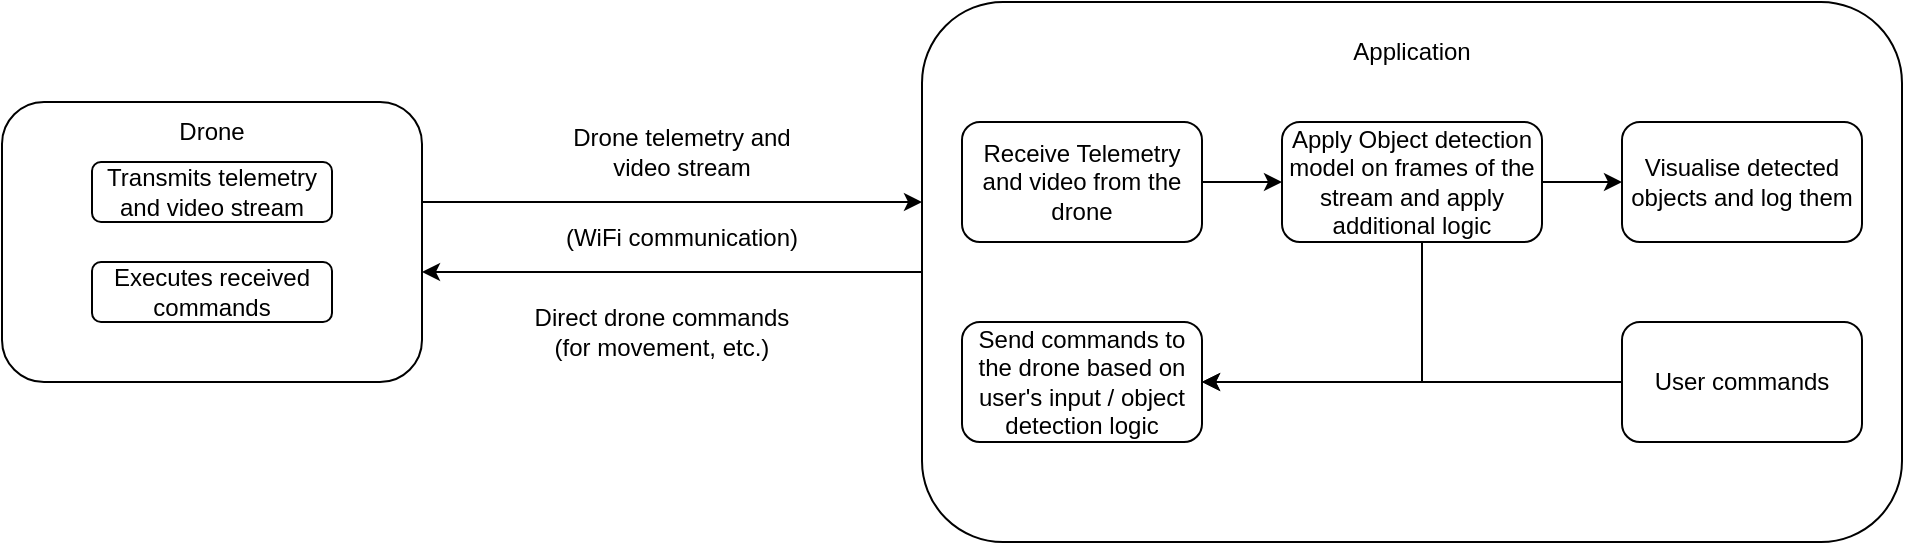
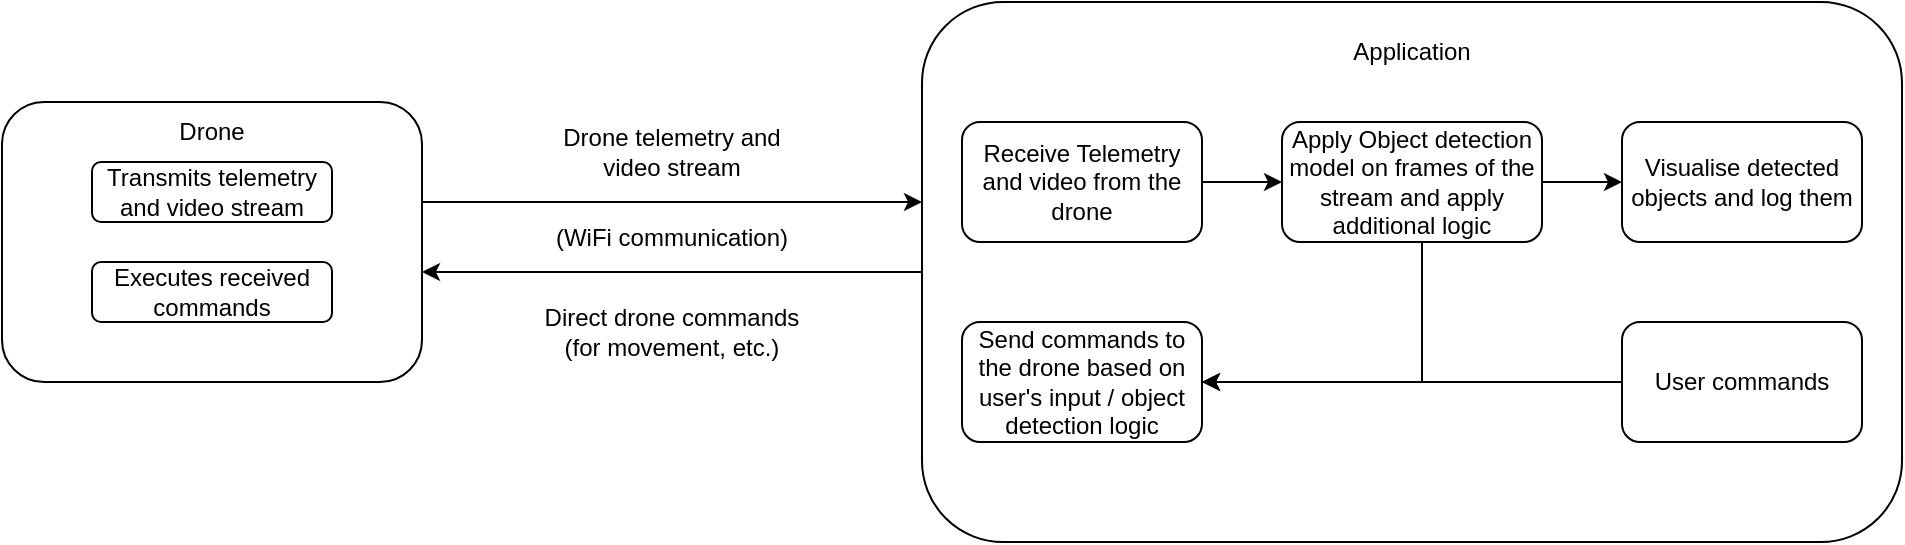
<mxfile host="app.diagrams.net">
  <diagram name="Page-1" id="Q2tS_K_lPpD7QyKyRGUq">
    <mxGraphModel dx="1387" dy="794" grid="1" gridSize="10" guides="1" tooltips="1" connect="1" arrows="1" fold="1" page="1" pageScale="1" pageWidth="1100" pageHeight="1700" math="0" shadow="0">
      <root>
        <mxCell id="0" />
        <mxCell id="1" parent="0" />
        <mxCell id="m_iyoIov9p_stsRAaoHa-3" parent="1" style="rounded=1;whiteSpace=wrap;html=1;" value="" vertex="1">
          <mxGeometry height="140" width="210" x="120" y="110" as="geometry" />
        </mxCell>
        <mxCell id="m_iyoIov9p_stsRAaoHa-4" parent="1" style="text;html=1;whiteSpace=wrap;strokeColor=none;fillColor=none;align=center;verticalAlign=middle;rounded=0;" value="Drone" vertex="1">
          <mxGeometry height="30" width="60" x="195" y="110" as="geometry" />
        </mxCell>
        <mxCell id="m_iyoIov9p_stsRAaoHa-5" parent="1" style="rounded=1;whiteSpace=wrap;html=1;" value="" vertex="1">
          <mxGeometry height="270" width="490" x="580" y="60" as="geometry" />
        </mxCell>
        <mxCell id="m_iyoIov9p_stsRAaoHa-6" parent="1" style="text;html=1;whiteSpace=wrap;strokeColor=none;fillColor=none;align=center;verticalAlign=middle;rounded=0;" value="Application" vertex="1">
          <mxGeometry height="30" width="60" x="795" y="70" as="geometry" />
        </mxCell>
        <mxCell id="m_iyoIov9p_stsRAaoHa-7" parent="1" style="rounded=1;whiteSpace=wrap;html=1;" value="Transmits telemetry and video stream" vertex="1">
          <mxGeometry height="30" width="120" x="165" y="140" as="geometry" />
        </mxCell>
        <mxCell id="m_iyoIov9p_stsRAaoHa-15" edge="1" parent="1" source="m_iyoIov9p_stsRAaoHa-8" style="edgeStyle=orthogonalEdgeStyle;rounded=0;orthogonalLoop=1;jettySize=auto;html=1;" target="m_iyoIov9p_stsRAaoHa-13">
          <mxGeometry relative="1" as="geometry" />
        </mxCell>
        <mxCell id="m_iyoIov9p_stsRAaoHa-8" parent="1" style="rounded=1;whiteSpace=wrap;html=1;" value="Receive Telemetry and video from the drone" vertex="1">
          <mxGeometry height="60" width="120" x="600" y="120" as="geometry" />
        </mxCell>
        <mxCell id="m_iyoIov9p_stsRAaoHa-9" edge="1" parent="1" source="m_iyoIov9p_stsRAaoHa-3" style="edgeStyle=orthogonalEdgeStyle;rounded=0;orthogonalLoop=1;jettySize=auto;html=1;">
          <mxGeometry relative="1" as="geometry">
            <Array as="points">
              <mxPoint x="580" y="160" />
            </Array>
            <mxPoint x="580" y="160" as="targetPoint" />
          </mxGeometry>
        </mxCell>
        <mxCell id="m_iyoIov9p_stsRAaoHa-10" parent="1" style="text;html=1;whiteSpace=wrap;strokeColor=none;fillColor=none;align=center;verticalAlign=middle;rounded=0;" value="Drone telemetry and video stream" vertex="1">
-           <mxGeometry height="30" width="140" x="390" y="120" as="geometry" />
+           <mxGeometry height="30" width="140" x="385" y="120" as="geometry" />
        </mxCell>
        <mxCell id="m_iyoIov9p_stsRAaoHa-11" edge="1" parent="1" source="m_iyoIov9p_stsRAaoHa-5" style="edgeStyle=orthogonalEdgeStyle;rounded=0;orthogonalLoop=1;jettySize=auto;html=1;entryX=1;entryY=0.607;entryDx=0;entryDy=0;entryPerimeter=0;" target="m_iyoIov9p_stsRAaoHa-3">
          <mxGeometry relative="1" as="geometry" />
        </mxCell>
        <mxCell id="m_iyoIov9p_stsRAaoHa-12" parent="1" style="text;html=1;whiteSpace=wrap;strokeColor=none;fillColor=none;align=center;verticalAlign=middle;rounded=0;" value="Direct drone commands&lt;div&gt;(for movement, etc.)&lt;/div&gt;" vertex="1">
-           <mxGeometry height="30" width="140" x="380" y="210" as="geometry" />
+           <mxGeometry height="30" width="140" x="385" y="210" as="geometry" />
        </mxCell>
        <mxCell id="m_iyoIov9p_stsRAaoHa-22" edge="1" parent="1" source="m_iyoIov9p_stsRAaoHa-13" style="edgeStyle=orthogonalEdgeStyle;rounded=0;orthogonalLoop=1;jettySize=auto;html=1;entryX=0;entryY=0.5;entryDx=0;entryDy=0;" target="m_iyoIov9p_stsRAaoHa-16">
          <mxGeometry relative="1" as="geometry" />
        </mxCell>
        <mxCell id="m_iyoIov9p_stsRAaoHa-27" edge="1" parent="1" source="m_iyoIov9p_stsRAaoHa-13" style="edgeStyle=orthogonalEdgeStyle;rounded=0;orthogonalLoop=1;jettySize=auto;html=1;">
          <mxGeometry relative="1" as="geometry">
            <Array as="points">
              <mxPoint x="830" y="250" />
            </Array>
            <mxPoint x="720" y="250" as="targetPoint" />
          </mxGeometry>
        </mxCell>
        <mxCell id="m_iyoIov9p_stsRAaoHa-13" parent="1" style="rounded=1;whiteSpace=wrap;html=1;" value="Apply Object detection model on frames of the stream and apply additional logic" vertex="1">
          <mxGeometry height="60" width="130" x="760" y="120" as="geometry" />
        </mxCell>
        <mxCell id="m_iyoIov9p_stsRAaoHa-16" parent="1" style="rounded=1;whiteSpace=wrap;html=1;" value="Visualise detected objects and log them" vertex="1">
          <mxGeometry height="60" width="120" x="930" y="120" as="geometry" />
        </mxCell>
        <mxCell id="m_iyoIov9p_stsRAaoHa-18" parent="1" style="rounded=1;whiteSpace=wrap;html=1;" value="Send commands to the drone based on user&#39;s input / object detection logic" vertex="1">
          <mxGeometry height="60" width="120" x="600" y="220" as="geometry" />
        </mxCell>
        <mxCell id="m_iyoIov9p_stsRAaoHa-20" parent="1" style="rounded=1;whiteSpace=wrap;html=1;" value="Executes received commands" vertex="1">
          <mxGeometry height="30" width="120" x="165" y="190" as="geometry" />
        </mxCell>
        <mxCell id="m_iyoIov9p_stsRAaoHa-26" edge="1" parent="1" source="m_iyoIov9p_stsRAaoHa-23" style="edgeStyle=orthogonalEdgeStyle;rounded=0;orthogonalLoop=1;jettySize=auto;html=1;">
          <mxGeometry relative="1" as="geometry">
            <mxPoint x="720" y="250" as="targetPoint" />
          </mxGeometry>
        </mxCell>
        <mxCell id="m_iyoIov9p_stsRAaoHa-23" parent="1" style="rounded=1;whiteSpace=wrap;html=1;" value="User commands" vertex="1">
          <mxGeometry height="60" width="120" x="930" y="220" as="geometry" />
        </mxCell>
        <mxCell id="m_iyoIov9p_stsRAaoHa-28" parent="1" style="text;html=1;whiteSpace=wrap;strokeColor=none;fillColor=none;align=center;verticalAlign=middle;rounded=0;" value="(WiFi communication)" vertex="1">
-           <mxGeometry height="25" width="130" x="395" y="165" as="geometry" />
+           <mxGeometry height="25" width="130" x="390" y="165" as="geometry" />
        </mxCell>
      </root>
    </mxGraphModel>
  </diagram>
</mxfile>
